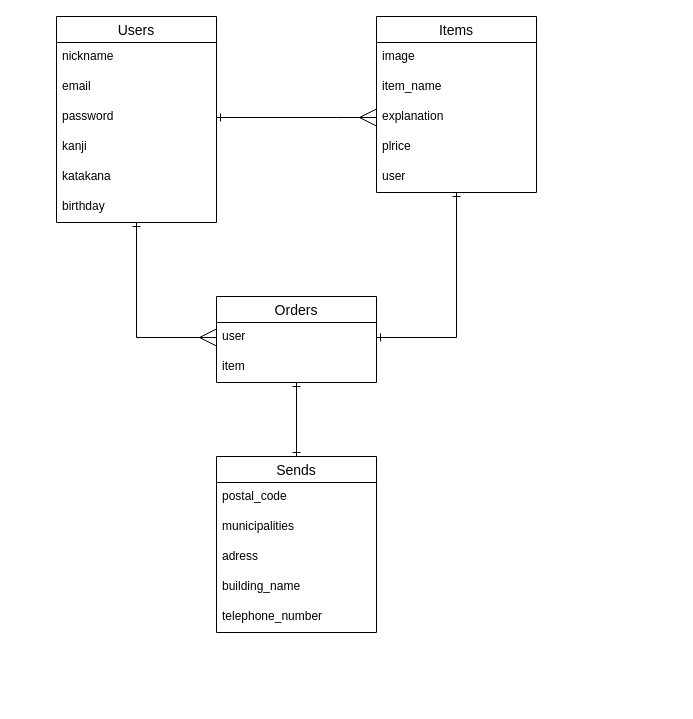
Earlier version of the draw.io diagram furima35909.dio (blue8leaf/furima-35909). Source tidied: cells renumbered, new cells numbered last; positions are measured from the earlier drawing's top-left corner, leaving out a move shared by most shapes. Both pictures are drawn from the tidied source at 100%, with x=0, y=0 at pixel (56, 16).
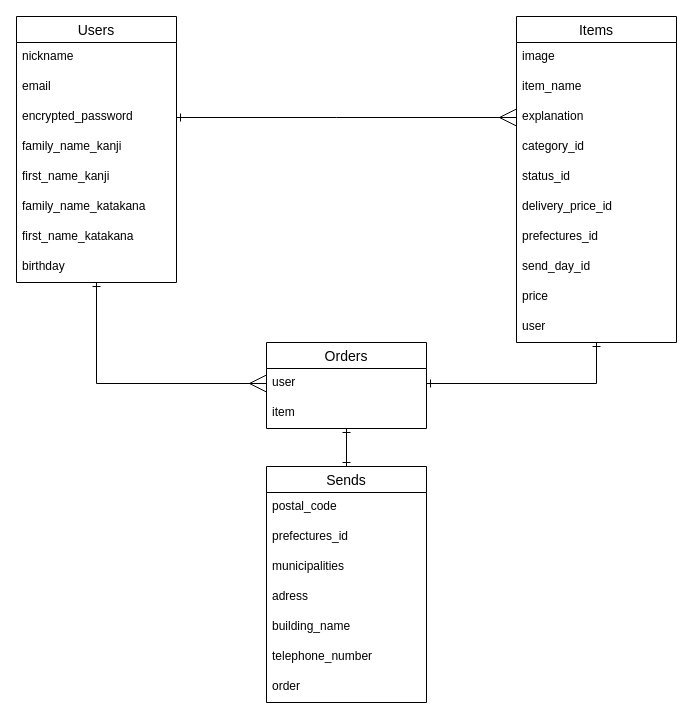
The same diagram, later.

What changed in the source:
```diff
@@
     <mxCell id="3" value="Users" style="swimlane;fontStyle=0;horizontal=1;startSize=26;align=center;fontSize=14;" parent="1" vertex="1">
-      <mxGeometry width="160" height="206" as="geometry" />
+      <mxGeometry x="-40" width="160" height="266" as="geometry" />
     </mxCell>
@@
-    <mxCell id="6" value="password" style="text;strokeColor=none;fillColor=none;spacingLeft=4;spacingRight=4;overflow=hidden;points=[[0,0.5],[1,0.5]];portConstraint=eastwest;fontSize=12;" parent="3" vertex="1">
+    <mxCell id="6" value="encrypted_password" style="text;strokeColor=none;fillColor=none;spacingLeft=4;spacingRight=4;overflow=hidden;points=[[0,0.5],[1,0.5]];portConstraint=eastwest;fontSize=12;" parent="3" vertex="1">
       <mxGeometry y="86" width="160" height="30" as="geometry" />
     </mxCell>
-    <mxCell id="7" value="kanji" style="text;strokeColor=none;fillColor=none;spacingLeft=4;spacingRight=4;overflow=hidden;fontSize=12;" parent="3" vertex="1">
+    <mxCell id="7" value="family_name_kanji" style="text;strokeColor=none;fillColor=none;spacingLeft=4;spacingRight=4;overflow=hidden;fontSize=12;" parent="3" vertex="1">
       <mxGeometry y="116" width="160" height="30" as="geometry" />
     </mxCell>
-    <mxCell id="8" value="katakana" style="text;strokeColor=none;fillColor=none;spacingLeft=4;spacingRight=4;overflow=hidden;fontSize=12;" parent="3" vertex="1">
+    <mxCell id="8" value="first_name_kanji" style="text;strokeColor=none;fillColor=none;spacingLeft=4;spacingRight=4;overflow=hidden;fontSize=12;" parent="3" vertex="1">
       <mxGeometry y="146" width="160" height="30" as="geometry" />
     </mxCell>
+    <mxCell id="28" value="family_name_katakana" style="text;strokeColor=none;fillColor=none;spacingLeft=4;spacingRight=4;overflow=hidden;fontSize=12;" parent="3" vertex="1">
+      <mxGeometry y="176" width="160" height="30" as="geometry" />
+    </mxCell>
+    <mxCell id="29" value="first_name_katakana" style="text;strokeColor=none;fillColor=none;spacingLeft=4;spacingRight=4;overflow=hidden;fontSize=12;" parent="3" vertex="1">
+      <mxGeometry y="206" width="160" height="30" as="geometry" />
+    </mxCell>
     <mxCell id="9" value="birthday" style="text;strokeColor=none;fillColor=none;spacingLeft=4;spacingRight=4;overflow=hidden;fontSize=12;" parent="3" vertex="1">
-      <mxGeometry y="176" width="160" height="30" as="geometry" />
+      <mxGeometry y="236" width="160" height="30" as="geometry" />
     </mxCell>
@@
     <mxCell id="11" value="Items" style="swimlane;fontStyle=0;horizontal=1;startSize=26;align=center;fontSize=14;" parent="1" vertex="1">
-      <mxGeometry x="320" width="160" height="176" as="geometry" />
+      <mxGeometry x="460" width="160" height="326" as="geometry" />
     </mxCell>
@@
-    <mxCell id="15" value="plrice" style="text;strokeColor=none;fillColor=none;spacingLeft=4;spacingRight=4;overflow=hidden;fontSize=12;" parent="11" vertex="1">
+    <mxCell id="15" value="category_id " style="text;strokeColor=none;fillColor=none;spacingLeft=4;spacingRight=4;overflow=hidden;fontSize=12;" parent="11" vertex="1">
       <mxGeometry y="116" width="160" height="30" as="geometry" />
     </mxCell>
+    <mxCell id="30" value="status_id" style="text;strokeColor=none;fillColor=none;spacingLeft=4;spacingRight=4;overflow=hidden;fontSize=12;" parent="11" vertex="1">
+      <mxGeometry y="146" width="160" height="30" as="geometry" />
+    </mxCell>
+    <mxCell id="31" value="delivery_price_id " style="text;strokeColor=none;fillColor=none;spacingLeft=4;spacingRight=4;overflow=hidden;fontSize=12;" parent="11" vertex="1">
+      <mxGeometry y="176" width="160" height="30" as="geometry" />
+    </mxCell>
+    <mxCell id="32" value="prefectures_id" style="text;strokeColor=none;fillColor=none;spacingLeft=4;spacingRight=4;overflow=hidden;fontSize=12;" parent="11" vertex="1">
+      <mxGeometry y="206" width="160" height="30" as="geometry" />
+    </mxCell>
+    <mxCell id="33" value="send_day_id " style="text;strokeColor=none;fillColor=none;spacingLeft=4;spacingRight=4;overflow=hidden;fontSize=12;" parent="11" vertex="1">
+      <mxGeometry y="236" width="160" height="30" as="geometry" />
+    </mxCell>
+    <mxCell id="34" value="price" style="text;strokeColor=none;fillColor=none;spacingLeft=4;spacingRight=4;overflow=hidden;fontSize=12;" parent="11" vertex="1">
+      <mxGeometry y="266" width="160" height="30" as="geometry" />
+    </mxCell>
     <mxCell id="16" value="user" style="text;strokeColor=none;fillColor=none;spacingLeft=4;spacingRight=4;overflow=hidden;fontSize=12;" parent="11" vertex="1">
-      <mxGeometry y="146" width="160" height="30" as="geometry" />
+      <mxGeometry y="296" width="160" height="30" as="geometry" />
     </mxCell>
@@
     <mxCell id="18" value="Orders" style="swimlane;fontStyle=0;horizontal=1;startSize=26;align=center;fontSize=14;" parent="1" vertex="1">
-      <mxGeometry x="160" y="280" width="160" height="86" as="geometry" />
+      <mxGeometry x="210" y="326" width="160" height="86" as="geometry" />
     </mxCell>
@@
     <mxCell id="21" value="Sends" style="swimlane;fontStyle=0;horizontal=1;startSize=26;align=center;fontSize=14;" parent="1" vertex="1">
-      <mxGeometry x="160" y="440" width="160" height="176" as="geometry" />
+      <mxGeometry x="210" y="450" width="160" height="236" as="geometry" />
     </mxCell>
@@
+    <mxCell id="35" value="prefectures_id" style="text;strokeColor=none;fillColor=none;spacingLeft=4;spacingRight=4;overflow=hidden;fontSize=12;" parent="21" vertex="1">
+      <mxGeometry y="56" width="160" height="30" as="geometry" />
+    </mxCell>
     <mxCell id="23" value="municipalities" style="text;strokeColor=none;fillColor=none;spacingLeft=4;spacingRight=4;overflow=hidden;fontSize=12;" parent="21" vertex="1">
-      <mxGeometry y="56" width="160" height="30" as="geometry" />
+      <mxGeometry y="86" width="160" height="30" as="geometry" />
     </mxCell>
     <mxCell id="24" value="adress" style="text;strokeColor=none;fillColor=none;spacingLeft=4;spacingRight=4;overflow=hidden;fontSize=12;" parent="21" vertex="1">
-      <mxGeometry y="86" width="160" height="30" as="geometry" />
+      <mxGeometry y="116" width="160" height="30" as="geometry" />
     </mxCell>
     <mxCell id="25" value="building_name" style="text;strokeColor=none;fillColor=none;spacingLeft=4;spacingRight=4;overflow=hidden;fontSize=12;" parent="21" vertex="1">
-      <mxGeometry y="116" width="160" height="30" as="geometry" />
+      <mxGeometry y="146" width="160" height="30" as="geometry" />
     </mxCell>
+    <mxCell id="36" value="telephone_number" style="text;strokeColor=none;fillColor=none;spacingLeft=4;spacingRight=4;overflow=hidden;fontSize=12;" parent="21" vertex="1">
+      <mxGeometry y="176" width="160" height="30" as="geometry" />
+    </mxCell>
-    <mxCell id="26" value="telephone_number" style="text;strokeColor=none;fillColor=none;spacingLeft=4;spacingRight=4;overflow=hidden;fontSize=12;" parent="21" vertex="1">
-      <mxGeometry y="146" width="160" height="30" as="geometry" />
+    <mxCell id="26" value="order" style="text;strokeColor=none;fillColor=none;spacingLeft=4;spacingRight=4;overflow=hidden;fontSize=12;" parent="21" vertex="1">
+      <mxGeometry y="206" width="160" height="30" as="geometry" />
     </mxCell>
```
